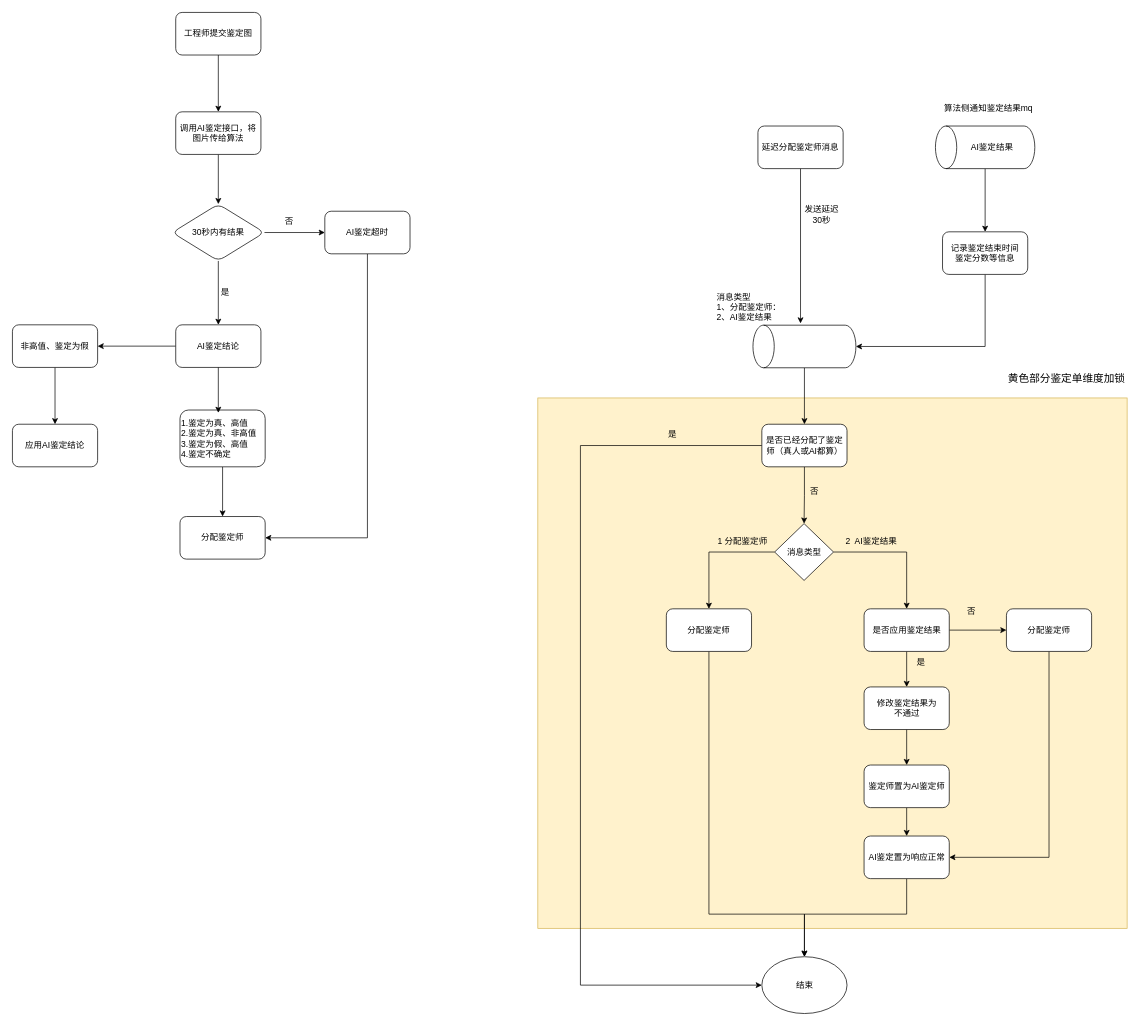
Earlier version of the draw.io diagram AI鉴定流程图.drawio (Eiji1422/diagrams). Source tidied: cells renumbered, new cells numbered last; positions are measured from the earlier drawing's top-left corner, leaving out a move shared by most shapes. Both pictures are drawn from the tidied source at 71%, with x=0, y=0 at pixel (12, 12).
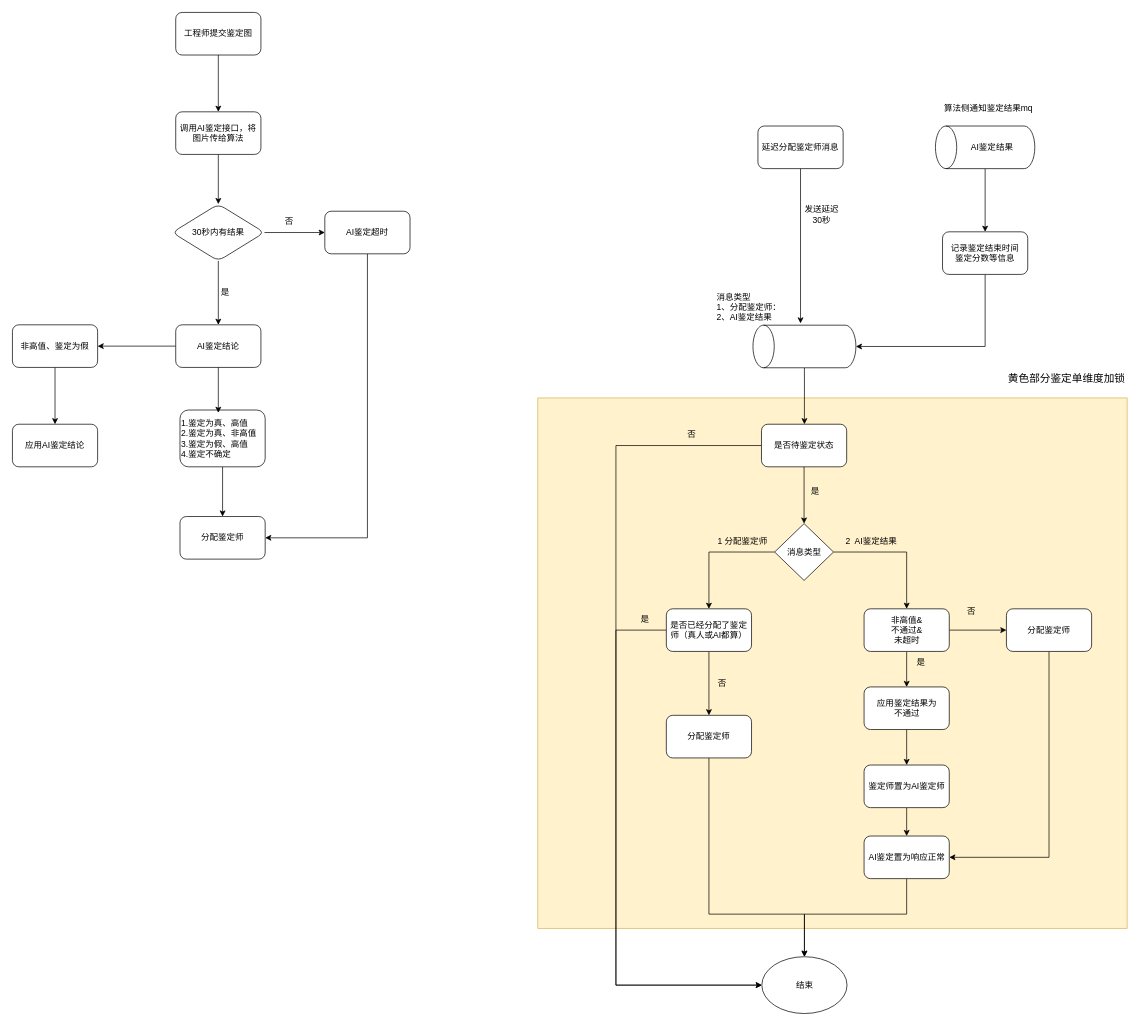
After the change.

Commit message:
更新AI鉴定流程图.drawio

The change refers to these unchanged cells:
```xml
<mxCell id="30" style="shape=cylinder3;whiteSpace=wrap;html=1;boundedLbl=1;backgroundOutline=1;size=15;rotation=-90;" parent="1" vertex="1">
  <mxGeometry x="1085.5" y="398" width="60" height="145" as="geometry" />
</mxCell>
<mxCell id="36" value="消息类型" style="rhombus;whiteSpace=wrap;html=1;" parent="1" vertex="1">
  <mxGeometry x="1073.5" y="720" width="83" height="80" as="geometry" />
</mxCell>
<mxCell id="47" value="结束" style="ellipse;whiteSpace=wrap;html=1;" parent="1" vertex="1">
  <mxGeometry x="1055.5" y="1330" width="120" height="80" as="geometry" />
</mxCell>
```

The edit, as a diff of the source:
```diff
@@
-    <mxCell id="29" style="edgeStyle=orthogonalEdgeStyle;rounded=0;jettySize=auto;html=1;" parent="1" edge="1" source="30" target="45">
-      <mxGeometry relative="1" as="geometry" />
+    <mxCell id="29" style="edgeStyle=orthogonalEdgeStyle;rounded=0;jettySize=auto;html=1;" parent="1" edge="1" source="30">
+      <mxGeometry relative="1" as="geometry">
+        <mxPoint x="1115.5" y="580" as="targetPoint" />
+      </mxGeometry>
     </mxCell>
@@
-    <mxCell id="35" style="edgeStyle=orthogonalEdgeStyle;rounded=0;jettySize=auto;html=1;" parent="1" edge="1" source="36" target="50">
-      <mxGeometry relative="1" as="geometry" />
-    </mxCell>
+    <mxCell id="62" style="edgeStyle=orthogonalEdgeStyle;rounded=0;jettySize=auto;html=1;" parent="1" edge="1" source="36" target="45">
+      <mxGeometry relative="1" as="geometry" />
+    </mxCell>
@@
-    <mxCell id="41" value="是否应用鉴定结果" style="rounded=1;whiteSpace=wrap;html=1;" parent="1" vertex="1">
+    <mxCell id="41" value="非高值&amp;amp;&lt;div&gt;不通过&amp;amp;&lt;/div&gt;&lt;div&gt;未超时&lt;/div&gt;" style="rounded=1;whiteSpace=wrap;html=1;" parent="1" vertex="1">
       <mxGeometry x="1199.5" y="840" width="120" height="60" as="geometry" />
     </mxCell>
@@
-    <mxCell id="43" style="edgeStyle=orthogonalEdgeStyle;rounded=0;jettySize=auto;html=1;" parent="1" edge="1" source="45" target="36">
-      <mxGeometry relative="1" as="geometry" />
-    </mxCell>
-    <mxCell id="44" style="edgeStyle=orthogonalEdgeStyle;rounded=0;jettySize=auto;html=1;entryX=0;entryY=0.5;entryDx=0;entryDy=0;" parent="1" edge="1" source="45" target="47">
-      <mxGeometry relative="1" as="geometry">
-        <Array as="points">
-          <mxPoint x="800" y="610" />
-          <mxPoint x="800" y="1370" />
-        </Array>
-      </mxGeometry>
-    </mxCell>
-    <mxCell id="45" value="是否已经分配了鉴定师（真人或AI都算）" style="rounded=1;whiteSpace=wrap;html=1;" parent="1" vertex="1">
-      <mxGeometry x="1055.5" y="580" width="120" height="60" as="geometry" />
-    </mxCell>
-    <mxCell id="46" value="否" style="text;html=1;whiteSpace=wrap;strokeColor=none;fillColor=none;align=center;verticalAlign=middle;rounded=0;" parent="1" vertex="1">
-      <mxGeometry x="1100" y="660" width="60" height="30" as="geometry" />
-    </mxCell>
@@
-    <mxCell id="48" value="是" style="text;html=1;whiteSpace=wrap;strokeColor=none;fillColor=none;align=center;verticalAlign=middle;rounded=0;" parent="1" vertex="1">
-      <mxGeometry x="900" y="580" width="60" height="30" as="geometry" />
-    </mxCell>
@@
     <mxCell id="50" value="分配鉴定师" style="rounded=1;whiteSpace=wrap;html=1;" parent="1" vertex="1">
-      <mxGeometry x="921" y="840" width="120" height="60" as="geometry" />
+      <mxGeometry x="921" y="990" width="120" height="60" as="geometry" />
     </mxCell>
@@
-    <mxCell id="53" value="修改鉴定结果为&lt;br&gt;不通过" style="whiteSpace=wrap;html=1;rounded=1;" parent="1" vertex="1">
+    <mxCell id="53" value="应用鉴定结果为&lt;br&gt;不通过" style="whiteSpace=wrap;html=1;rounded=1;" parent="1" vertex="1">
       <mxGeometry x="1199.5" y="950" width="120" height="60" as="geometry" />
     </mxCell>
@@
+    <mxCell id="63" style="edgeStyle=orthogonalEdgeStyle;rounded=0;jettySize=auto;html=1;" parent="1" edge="1" source="45" target="50">
+      <mxGeometry relative="1" as="geometry" />
+    </mxCell>
+    <mxCell id="44" style="edgeStyle=orthogonalEdgeStyle;rounded=0;jettySize=auto;html=1;entryX=0;entryY=0.5;entryDx=0;entryDy=0;" parent="1" edge="1" source="45" target="47">
+      <mxGeometry relative="1" as="geometry">
+        <Array as="points">
+          <mxPoint x="850" y="870" />
+          <mxPoint x="850" y="1370" />
+        </Array>
+      </mxGeometry>
+    </mxCell>
+    <mxCell id="45" value="是否已经分配了鉴定师（真人或AI都算）" style="rounded=1;whiteSpace=wrap;html=1;" parent="1" vertex="1">
+      <mxGeometry x="921" y="840" width="120" height="60" as="geometry" />
+    </mxCell>
+    <mxCell id="64" style="edgeStyle=orthogonalEdgeStyle;rounded=0;jettySize=auto;html=1;" parent="1" edge="1" source="66" target="36">
+      <mxGeometry relative="1" as="geometry" />
+    </mxCell>
+    <mxCell id="65" style="edgeStyle=orthogonalEdgeStyle;rounded=0;jettySize=auto;html=1;entryX=0;entryY=0.5;entryDx=0;entryDy=0;" parent="1" edge="1" source="66" target="47">
+      <mxGeometry relative="1" as="geometry">
+        <Array as="points">
+          <mxPoint x="850" y="610" />
+          <mxPoint x="850" y="1370" />
+        </Array>
+      </mxGeometry>
+    </mxCell>
+    <mxCell id="66" value="是否待鉴定状态" style="rounded=1;whiteSpace=wrap;html=1;" parent="1" vertex="1">
+      <mxGeometry x="1055" y="580" width="120" height="60" as="geometry" />
+    </mxCell>
+    <mxCell id="67" value="是" style="text;html=1;whiteSpace=wrap;strokeColor=none;fillColor=none;align=center;verticalAlign=middle;rounded=0;" parent="1" vertex="1">
+      <mxGeometry x="1101" y="660" width="60" height="30" as="geometry" />
+    </mxCell>
+    <mxCell id="68" value="否" style="text;html=1;whiteSpace=wrap;strokeColor=none;fillColor=none;align=center;verticalAlign=middle;rounded=0;" parent="1" vertex="1">
+      <mxGeometry x="926.5" y="580" width="60" height="30" as="geometry" />
+    </mxCell>
+    <mxCell id="69" value="否" style="text;html=1;whiteSpace=wrap;strokeColor=none;fillColor=none;align=center;verticalAlign=middle;rounded=0;" parent="1" vertex="1">
+      <mxGeometry x="970" y="930" width="60" height="30" as="geometry" />
+    </mxCell>
+    <mxCell id="70" value="是" style="text;html=1;whiteSpace=wrap;strokeColor=none;fillColor=none;align=center;verticalAlign=middle;rounded=0;" parent="1" vertex="1">
+      <mxGeometry x="861" y="840" width="60" height="30" as="geometry" />
+    </mxCell>
```
